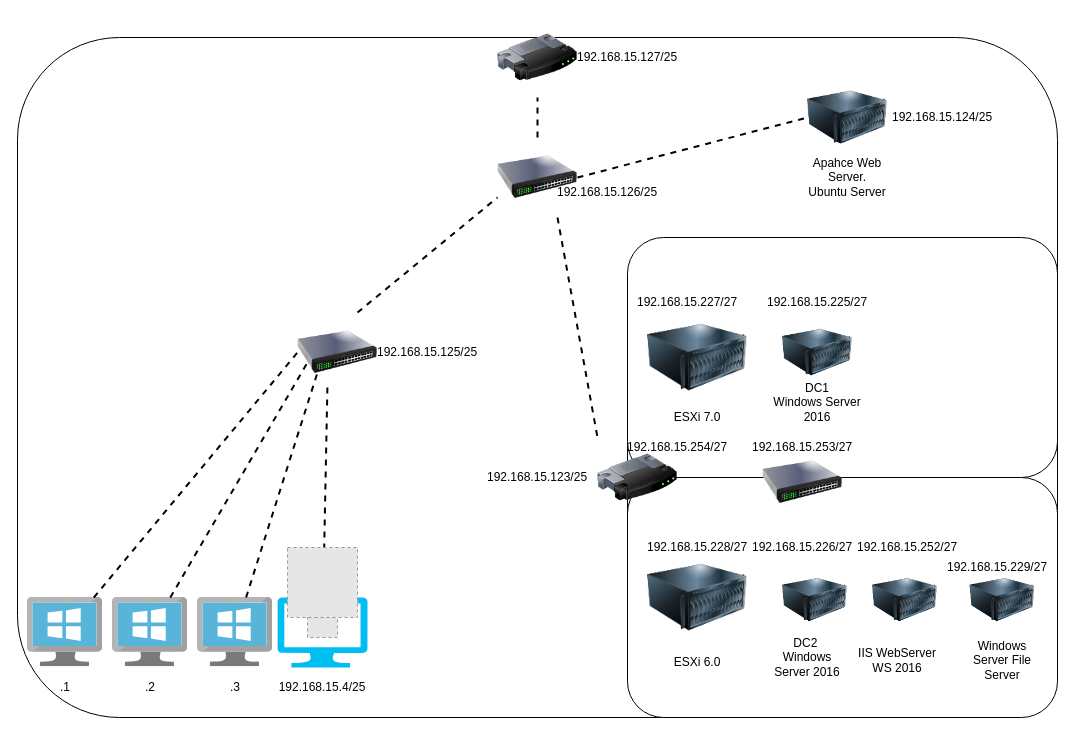
This is Network.drawio from Coreyo-git/Network-Plan-Group2, a draw.io file, before an edit. Source tidied: cells renumbered, new cells numbered last; positions are measured from the earlier drawing's top-left corner, leaving out a move shared by most shapes. Both pictures are drawn from the tidied source at 100%, with x=0, y=0 at pixel (17, 17). Pictures stored in the file or linked from it are replaced by grey dashed boxes.
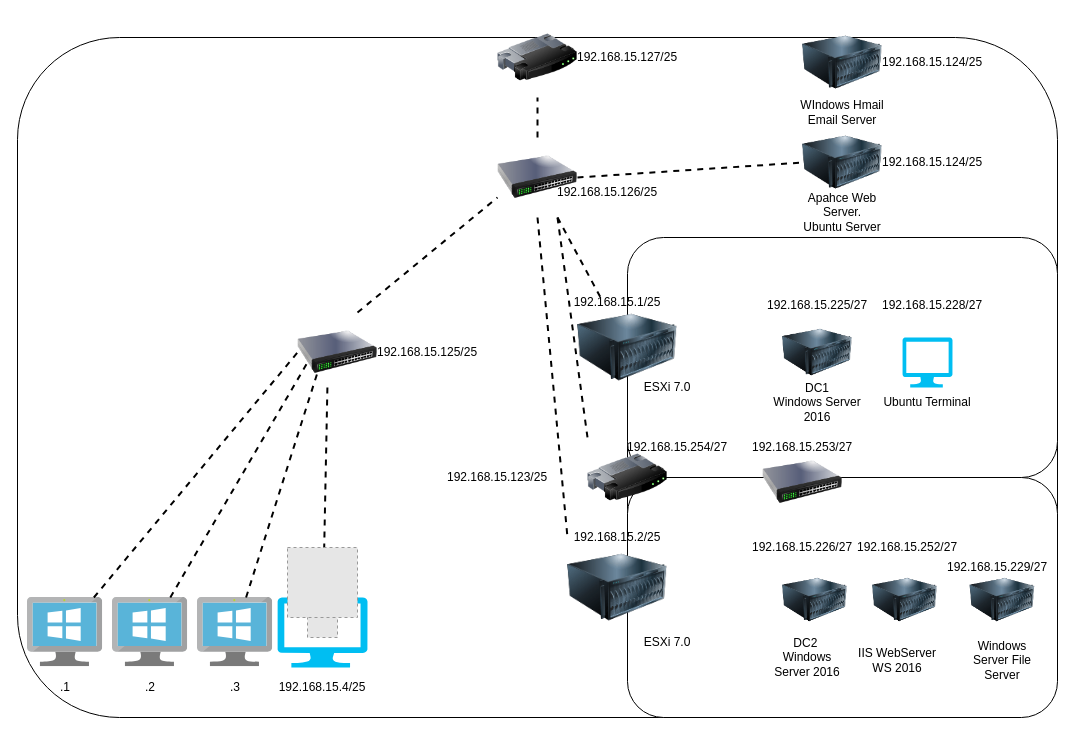
Above is the later version.

Commit message (it also covers changes not shown here):
Added Email server into IP schema

Unchanged cells that the change refers to:
```xml
<mxCell id="5" style="image;html=1;image=img/lib/clip_art/networking/Switch_128x128.png;" parent="1" vertex="1">
  <mxGeometry x="480" y="120" width="80" height="80" as="geometry" />
</mxCell>
```

What changed in the source:
```diff
@@
     <mxCell id="7" style="image;html=1;image=img/lib/clip_art/computers/Server_128x128.png;" parent="1" vertex="1">
-      <mxGeometry x="790" y="60" width="80" height="80" as="geometry" />
+      <mxGeometry x="785" y="105" width="80" height="80" as="geometry" />
     </mxCell>
@@
     <mxCell id="12" style="image;html=1;image=img/lib/clip_art/computers/Server_128x128.png;" parent="1" vertex="1">
-      <mxGeometry x="630" y="530" width="100" height="100" as="geometry" />
+      <mxGeometry x="550" y="520" width="100" height="100" as="geometry" />
     </mxCell>
@@
     <mxCell id="14" style="image;html=1;image=img/lib/clip_art/computers/Server_128x128.png;" parent="1" vertex="1">
-      <mxGeometry x="630" y="290" width="100" height="100" as="geometry" />
+      <mxGeometry x="560" y="280" width="100" height="100" as="geometry" />
     </mxCell>
     <mxCell id="15" style="image;html=1;image=img/lib/clip_art/networking/Router_128x128.png;" parent="1" vertex="1">
-      <mxGeometry x="580" y="420" width="80" height="80" as="geometry" />
+      <mxGeometry x="570" y="420" width="80" height="80" as="geometry" />
     </mxCell>
@@
     <mxCell id="29" value="Apahce Web Server.&lt;br&gt;Ubuntu Server" style="text;html=1;strokeColor=none;fillColor=none;align=center;verticalAlign=middle;whiteSpace=wrap;rounded=0;" parent="1" vertex="1">
-      <mxGeometry x="780" y="135" width="100" height="50" as="geometry" />
+      <mxGeometry x="775" y="170" width="100" height="50" as="geometry" />
     </mxCell>
@@
     <mxCell id="32" value="ESXi 7.0" style="text;html=1;strokeColor=none;fillColor=none;align=center;verticalAlign=middle;whiteSpace=wrap;rounded=0;" parent="1" vertex="1">
-      <mxGeometry x="630" y="375" width="100" height="50" as="geometry" />
+      <mxGeometry x="600" y="345" width="100" height="50" as="geometry" />
     </mxCell>
-    <mxCell id="33" value="ESXi 6.0" style="text;html=1;strokeColor=none;fillColor=none;align=center;verticalAlign=middle;whiteSpace=wrap;rounded=0;" parent="1" vertex="1">
-      <mxGeometry x="630" y="620" width="100" height="50" as="geometry" />
+    <mxCell id="33" value="ESXi 7.0" style="text;html=1;strokeColor=none;fillColor=none;align=center;verticalAlign=middle;whiteSpace=wrap;rounded=0;" parent="1" vertex="1">
+      <mxGeometry x="600" y="600" width="100" height="50" as="geometry" />
     </mxCell>
@@
     <mxCell id="35" value="192.168.15.124/25" style="text;html=1;strokeColor=none;fillColor=none;align=center;verticalAlign=middle;whiteSpace=wrap;rounded=0;" parent="1" vertex="1">
-      <mxGeometry x="905" y="90" width="40" height="20" as="geometry" />
+      <mxGeometry x="895" y="135" width="40" height="20" as="geometry" />
     </mxCell>
@@
     <mxCell id="42" value="192.168.15.123/25" style="text;html=1;strokeColor=none;fillColor=none;align=center;verticalAlign=middle;whiteSpace=wrap;rounded=0;" parent="1" vertex="1">
-      <mxGeometry x="500" y="450" width="40" height="20" as="geometry" />
+      <mxGeometry x="460" y="450" width="40" height="20" as="geometry" />
     </mxCell>
@@
-    <mxCell id="44" value="192.168.15.227/27" style="text;html=1;strokeColor=none;fillColor=none;align=center;verticalAlign=middle;whiteSpace=wrap;rounded=0;" parent="1" vertex="1">
-      <mxGeometry x="650" y="275" width="40" height="20" as="geometry" />
-    </mxCell>
-    <mxCell id="45" value="192.168.15.228/27" style="text;html=1;strokeColor=none;fillColor=none;align=center;verticalAlign=middle;whiteSpace=wrap;rounded=0;" parent="1" vertex="1">
-      <mxGeometry x="660" y="520" width="40" height="20" as="geometry" />
+    <mxCell id="45" value="192.168.15.2/25" style="text;html=1;strokeColor=none;fillColor=none;align=center;verticalAlign=middle;whiteSpace=wrap;rounded=0;" parent="1" vertex="1">
+      <mxGeometry x="580" y="510" width="40" height="20" as="geometry" />
     </mxCell>
@@
     <mxCell id="52" value="192.168.15.225/27" style="text;html=1;strokeColor=none;fillColor=none;align=center;verticalAlign=middle;whiteSpace=wrap;rounded=0;" parent="1" vertex="1">
-      <mxGeometry x="780" y="275" width="40" height="20" as="geometry" />
+      <mxGeometry x="780" y="280" width="40" height="15" as="geometry" />
     </mxCell>
@@
+    <mxCell id="44" value="192.168.15.1/25" style="text;html=1;strokeColor=none;fillColor=none;align=center;verticalAlign=middle;whiteSpace=wrap;rounded=0;" parent="1" vertex="1">
+      <mxGeometry x="580" y="275" width="40" height="20" as="geometry" />
+    </mxCell>
+    <mxCell id="56" style="endArrow=none;dashed=1;html=1;strokeWidth=2;exitX=0.75;exitY=1;exitDx=0;exitDy=0;" parent="1" edge="1" source="5" target="14">
+      <mxGeometry relative="1" as="geometry" />
+    </mxCell>
+    <mxCell id="57" style="endArrow=none;dashed=1;html=1;strokeWidth=2;entryX=0;entryY=0;entryDx=0;entryDy=0;exitX=0.5;exitY=1;exitDx=0;exitDy=0;" parent="1" edge="1" source="5" target="12">
+      <mxGeometry relative="1" as="geometry" />
+    </mxCell>
+    <mxCell id="58" style="verticalLabelPosition=bottom;html=1;verticalAlign=top;align=center;strokeColor=none;fillColor=#00BEF2;shape=mxgraph.azure.computer;" parent="1" vertex="1">
+      <mxGeometry x="885" y="320" width="50" height="50" as="geometry" />
+    </mxCell>
+    <mxCell id="59" value="Ubuntu Terminal" style="text;html=1;strokeColor=none;fillColor=none;align=center;verticalAlign=middle;whiteSpace=wrap;rounded=0;" parent="1" vertex="1">
+      <mxGeometry x="860" y="360" width="100" height="50" as="geometry" />
+    </mxCell>
+    <mxCell id="60" value="192.168.15.228/27" style="text;html=1;strokeColor=none;fillColor=none;align=center;verticalAlign=middle;whiteSpace=wrap;rounded=0;" parent="1" vertex="1">
+      <mxGeometry x="895" y="280" width="40" height="15" as="geometry" />
+    </mxCell>
+    <mxCell id="61" style="image;html=1;image=img/lib/clip_art/computers/Server_128x128.png;" parent="1" vertex="1">
+      <mxGeometry x="785" y="5" width="80" height="80" as="geometry" />
+    </mxCell>
+    <mxCell id="62" value="WIndows Hmail Email Server" style="text;html=1;strokeColor=none;fillColor=none;align=center;verticalAlign=middle;whiteSpace=wrap;rounded=0;" parent="1" vertex="1">
+      <mxGeometry x="775" y="70" width="100" height="50" as="geometry" />
+    </mxCell>
+    <mxCell id="63" value="192.168.15.124/25" style="text;html=1;strokeColor=none;fillColor=none;align=center;verticalAlign=middle;whiteSpace=wrap;rounded=0;" parent="1" vertex="1">
+      <mxGeometry x="895" y="35" width="40" height="20" as="geometry" />
+    </mxCell>
```
